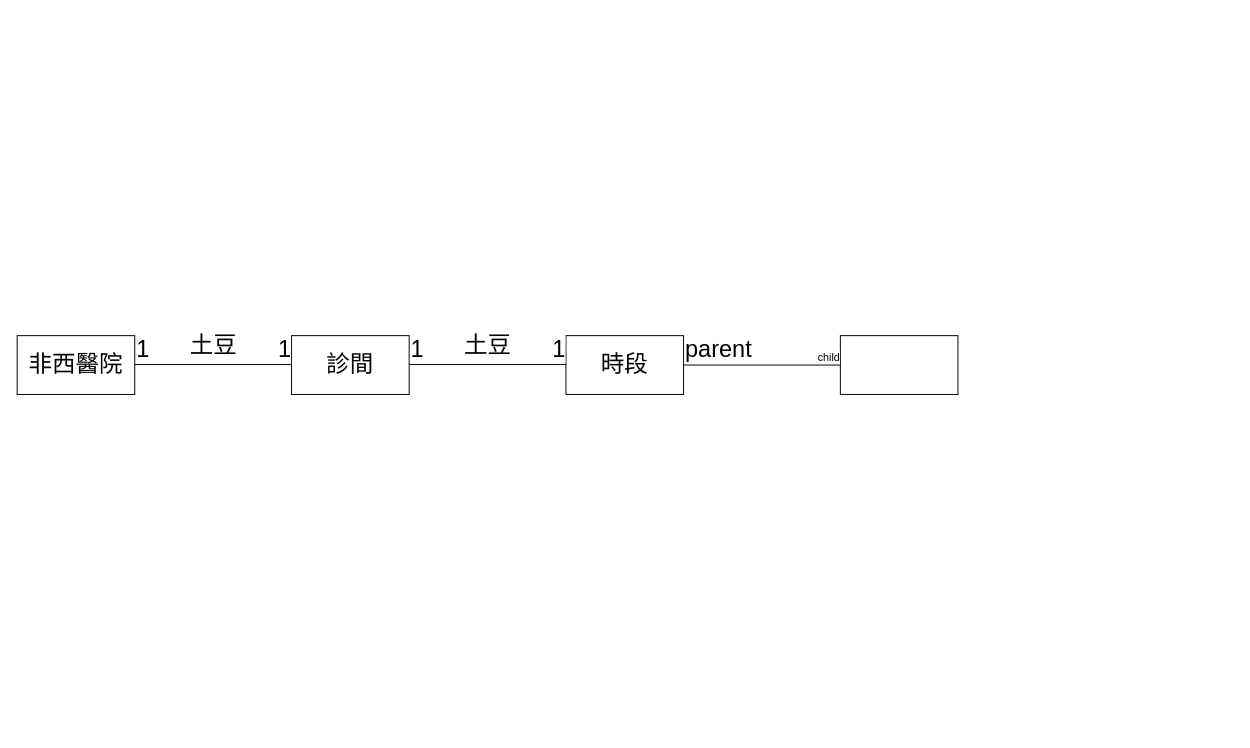
The draw.io diagram Clinic.drawio in troyandy1023/110-2HW2, before the edit. Source tidied: cells renumbered, new cells numbered last; positions are measured from the earlier drawing's top-left corner, leaving out a move shared by most shapes. Both pictures are drawn from the tidied source at 98%, with x=0, y=0 at pixel (17, 330).
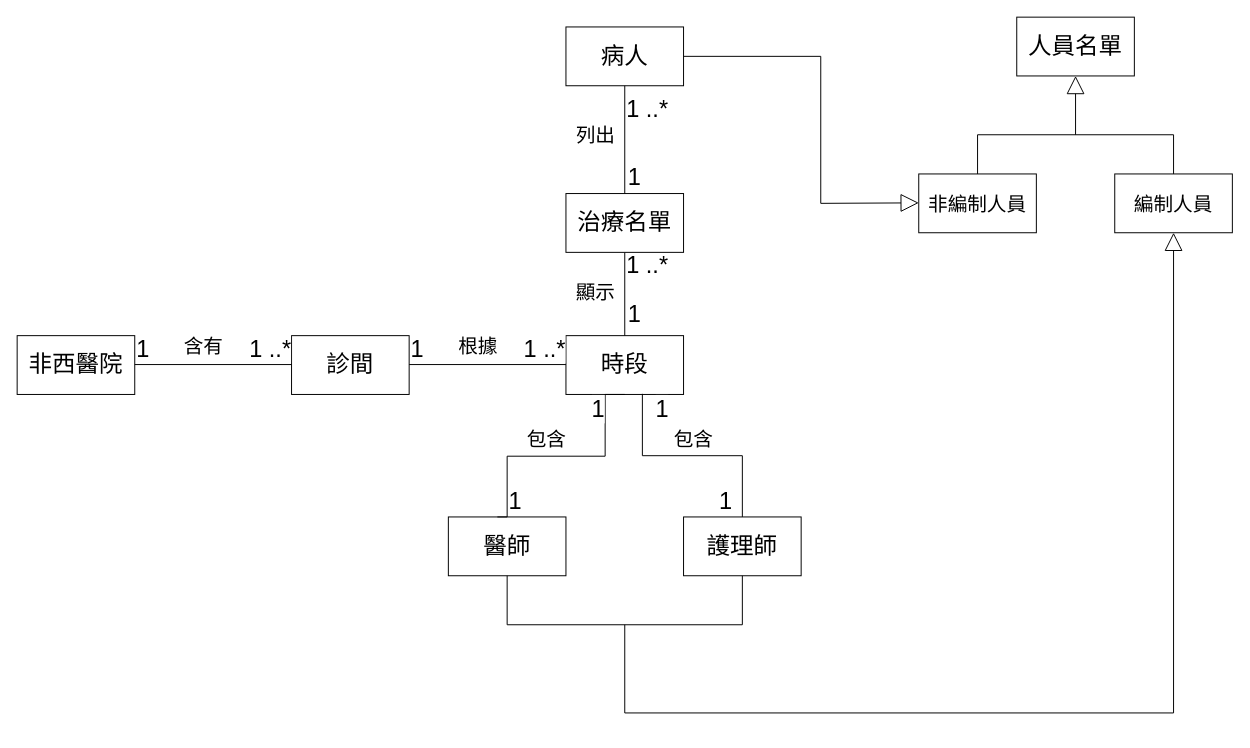
After the change.

The change refers to these unchanged cells:
```xml
<mxCell id="4" value="時段" style="rounded=0;whiteSpace=wrap;html=1;fontSize=24;" parent="1" vertex="1">
  <mxGeometry x="560" y="5" width="120" height="60" as="geometry" />
</mxCell>
<mxCell id="6" style="endArrow=none;html=1;edgeStyle=orthogonalEdgeStyle;rounded=0;fontSize=24;" parent="1" edge="1">
  <mxGeometry relative="1" as="geometry">
    <mxPoint x="120" y="34.5" as="sourcePoint" />
    <mxPoint x="280" y="34.5" as="targetPoint" />
  </mxGeometry>
</mxCell>
<mxCell id="10" style="endArrow=none;html=1;edgeStyle=orthogonalEdgeStyle;rounded=0;fontSize=24;" parent="1" edge="1">
  <mxGeometry relative="1" as="geometry">
    <mxPoint x="400" y="34.5" as="sourcePoint" />
    <mxPoint x="560" y="34.5" as="targetPoint" />
  </mxGeometry>
</mxCell>
```

Diff of the diagram source:
```diff
@@
-    <mxCell id="5" style="rounded=0;whiteSpace=wrap;html=1;fontSize=24;" parent="1" vertex="1">
-      <mxGeometry x="840" y="5" width="120" height="60" as="geometry" />
+    <mxCell id="5" value="醫師" style="rounded=0;whiteSpace=wrap;html=1;fontSize=24;" parent="1" vertex="1">
+      <mxGeometry x="440" y="190" width="120" height="60" as="geometry" />
     </mxCell>
@@
-    <mxCell id="8" value="1" style="edgeLabel;html=1;align=right;verticalAlign=bottom;fontSize=24;" parent="6" vertex="1">
+    <mxCell id="8" value="1 ..*" style="edgeLabel;html=1;align=right;verticalAlign=bottom;fontSize=24;" parent="6" vertex="1">
       <mxGeometry x="1" relative="1" as="geometry" />
     </mxCell>
-    <mxCell id="9" value="土豆" style="text;html=1;align=center;verticalAlign=middle;strokeColor=none;fillColor=none;fontSize=24;" parent="1" vertex="1">
-      <mxGeometry x="170" width="60" height="30" as="geometry" />
+    <mxCell id="9" value="&lt;font style=&quot;font-size: 20px&quot;&gt;含有&lt;/font&gt;" style="text;html=1;align=center;verticalAlign=middle;strokeColor=none;fillColor=none;fontSize=24;" parent="1" vertex="1">
+      <mxGeometry x="160" y="-5" width="60" height="40" as="geometry" />
     </mxCell>
@@
-    <mxCell id="12" value="1" style="edgeLabel;html=1;align=right;verticalAlign=bottom;fontSize=24;" parent="10" vertex="1">
+    <mxCell id="12" value="1 ..*" style="edgeLabel;html=1;align=right;verticalAlign=bottom;fontSize=24;" parent="10" vertex="1">
       <mxGeometry x="1" relative="1" as="geometry" />
     </mxCell>
-    <mxCell id="13" value="土豆" style="text;html=1;align=center;verticalAlign=middle;strokeColor=none;fillColor=none;fontSize=24;" parent="1" vertex="1">
-      <mxGeometry x="450" width="60" height="30" as="geometry" />
+    <mxCell id="13" value="&lt;font style=&quot;font-size: 20px&quot;&gt;根據&lt;/font&gt;" style="text;html=1;align=center;verticalAlign=middle;strokeColor=none;fillColor=none;fontSize=24;" parent="1" vertex="1">
+      <mxGeometry x="440" y="-5" width="60" height="40" as="geometry" />
     </mxCell>
-    <mxCell id="14" style="endArrow=none;html=1;edgeStyle=orthogonalEdgeStyle;rounded=0;" parent="1" edge="1" source="4">
-      <mxGeometry relative="1" as="geometry">
-        <mxPoint x="840" y="35" as="targetPoint" />
-      </mxGeometry>
-    </mxCell>
-    <mxCell id="15" value="&lt;font style=&quot;font-size: 24px&quot;&gt;parent&lt;/font&gt;" style="edgeLabel;html=1;align=left;verticalAlign=bottom;" parent="14" vertex="1">
-      <mxGeometry x="-1" relative="1" as="geometry" />
-    </mxCell>
-    <mxCell id="16" value="child" style="edgeLabel;html=1;align=right;verticalAlign=bottom;" parent="14" vertex="1">
-      <mxGeometry x="1" relative="1" as="geometry" />
-    </mxCell>
+    <mxCell id="17" value="護理師" style="rounded=0;whiteSpace=wrap;html=1;fontSize=24;" parent="1" vertex="1">
+      <mxGeometry x="680" y="190" width="120" height="60" as="geometry" />
+    </mxCell>
+    <mxCell id="18" style="endArrow=none;html=1;edgeStyle=orthogonalEdgeStyle;rounded=0;fontSize=24;entryX=0.5;entryY=1;entryDx=0;entryDy=0;exitX=0.417;exitY=0;exitDx=0;exitDy=0;exitPerimeter=0;" parent="1" edge="1" source="5" target="4">
+      <mxGeometry relative="1" as="geometry">
+        <Array as="points">
+          <mxPoint x="500" y="190" />
+          <mxPoint x="500" y="128" />
+          <mxPoint x="600" y="128" />
+          <mxPoint x="600" y="65" />
+        </Array>
+      </mxGeometry>
+    </mxCell>
+    <mxCell id="19" value="1" style="edgeLabel;html=1;align=left;verticalAlign=bottom;fontSize=24;" parent="18" vertex="1">
+      <mxGeometry x="-1" relative="1" as="geometry">
+        <mxPoint x="10" as="offset" />
+      </mxGeometry>
+    </mxCell>
+    <mxCell id="20" value="1" style="edgeLabel;html=1;align=right;verticalAlign=bottom;fontSize=24;" parent="18" vertex="1">
+      <mxGeometry x="1" relative="1" as="geometry">
+        <mxPoint x="-20" y="31" as="offset" />
+      </mxGeometry>
+    </mxCell>
+    <mxCell id="21" style="endArrow=none;html=1;edgeStyle=orthogonalEdgeStyle;rounded=0;fontSize=24;entryX=0.5;entryY=0;entryDx=0;entryDy=0;exitX=0.65;exitY=0.99;exitDx=0;exitDy=0;exitPerimeter=0;" parent="1" edge="1" source="4" target="17">
+      <mxGeometry relative="1" as="geometry" />
+    </mxCell>
+    <mxCell id="22" value="1" style="edgeLabel;html=1;align=left;verticalAlign=bottom;fontSize=24;" parent="21" vertex="1">
+      <mxGeometry x="-1" relative="1" as="geometry">
+        <mxPoint x="12" y="32" as="offset" />
+      </mxGeometry>
+    </mxCell>
+    <mxCell id="23" value="1" style="edgeLabel;html=1;align=right;verticalAlign=bottom;fontSize=24;" parent="21" vertex="1">
+      <mxGeometry x="1" relative="1" as="geometry">
+        <mxPoint x="-10" as="offset" />
+      </mxGeometry>
+    </mxCell>
+    <mxCell id="24" style="endArrow=none;html=1;edgeStyle=orthogonalEdgeStyle;rounded=0;fontSize=24;entryX=0.5;entryY=0;entryDx=0;entryDy=0;exitX=0.5;exitY=1;exitDx=0;exitDy=0;" parent="1" edge="1" source="27" target="4">
+      <mxGeometry relative="1" as="geometry" />
+    </mxCell>
+    <mxCell id="25" value="&lt;span style=&quot;text-align: right&quot;&gt;1 ..*&lt;/span&gt;" style="edgeLabel;html=1;align=left;verticalAlign=bottom;fontSize=24;" parent="24" vertex="1">
+      <mxGeometry x="-1" relative="1" as="geometry">
+        <mxPoint y="30" as="offset" />
+      </mxGeometry>
+    </mxCell>
+    <mxCell id="26" value="1" style="edgeLabel;html=1;align=right;verticalAlign=bottom;fontSize=24;" parent="24" vertex="1">
+      <mxGeometry x="1" relative="1" as="geometry">
+        <mxPoint x="17" y="-5" as="offset" />
+      </mxGeometry>
+    </mxCell>
+    <mxCell id="27" value="治療名單" style="rounded=0;whiteSpace=wrap;html=1;fontSize=24;" parent="1" vertex="1">
+      <mxGeometry x="560" y="-140" width="120" height="60" as="geometry" />
+    </mxCell>
+    <mxCell id="28" value="病人" style="rounded=0;whiteSpace=wrap;html=1;fontSize=24;" parent="1" vertex="1">
+      <mxGeometry x="560" y="-310" width="120" height="60" as="geometry" />
+    </mxCell>
+    <mxCell id="29" style="endArrow=none;html=1;edgeStyle=orthogonalEdgeStyle;rounded=0;fontSize=24;entryX=0.5;entryY=0;entryDx=0;entryDy=0;exitX=0.5;exitY=1;exitDx=0;exitDy=0;" parent="1" edge="1" source="28" target="27">
+      <mxGeometry relative="1" as="geometry" />
+    </mxCell>
+    <mxCell id="30" value="&lt;span style=&quot;text-align: right&quot;&gt;1 ..*&lt;/span&gt;" style="edgeLabel;html=1;align=left;verticalAlign=bottom;fontSize=24;" parent="29" vertex="1">
+      <mxGeometry x="-1" relative="1" as="geometry">
+        <mxPoint y="40" as="offset" />
+      </mxGeometry>
+    </mxCell>
+    <mxCell id="31" value="1" style="edgeLabel;html=1;align=right;verticalAlign=bottom;fontSize=24;" parent="29" vertex="1">
+      <mxGeometry x="1" relative="1" as="geometry">
+        <mxPoint x="17" as="offset" />
+      </mxGeometry>
+    </mxCell>
+    <mxCell id="32" value="人員名單" style="rounded=0;whiteSpace=wrap;html=1;fontSize=24;" parent="1" vertex="1">
+      <mxGeometry x="1020" y="-320" width="120" height="60" as="geometry" />
+    </mxCell>
+    <mxCell id="33" value="&lt;font style=&quot;font-size: 20px&quot;&gt;非編制人員&lt;/font&gt;" style="rounded=0;whiteSpace=wrap;html=1;fontSize=24;" parent="1" vertex="1">
+      <mxGeometry x="920" y="-160" width="120" height="60" as="geometry" />
+    </mxCell>
+    <mxCell id="34" value="&lt;font style=&quot;font-size: 20px&quot;&gt;編制人員&lt;/font&gt;" style="rounded=0;whiteSpace=wrap;html=1;fontSize=24;" parent="1" vertex="1">
+      <mxGeometry x="1120" y="-160" width="120" height="60" as="geometry" />
+    </mxCell>
+    <mxCell id="35" style="endArrow=block;endSize=16;endFill=0;html=1;rounded=0;fontSize=20;entryX=0.5;entryY=1;entryDx=0;entryDy=0;" parent="1" edge="1" target="32">
+      <mxGeometry relative="1" as="geometry">
+        <mxPoint x="1080" y="-200" as="sourcePoint" />
+      </mxGeometry>
+    </mxCell>
+    <mxCell id="36" style="endArrow=none;html=1;rounded=0;fontSize=20;" parent="1" edge="1">
+      <mxGeometry relative="1" as="geometry">
+        <mxPoint x="980" y="-200" as="sourcePoint" />
+        <mxPoint x="1180" y="-200" as="targetPoint" />
+      </mxGeometry>
+    </mxCell>
+    <mxCell id="37" style="endArrow=none;html=1;rounded=0;fontSize=20;exitX=0.5;exitY=0;exitDx=0;exitDy=0;" parent="1" edge="1" source="33">
+      <mxGeometry relative="1" as="geometry">
+        <mxPoint x="980" y="-200" as="targetPoint" />
+      </mxGeometry>
+    </mxCell>
+    <mxCell id="38" style="endArrow=none;html=1;rounded=0;fontSize=20;exitX=0.5;exitY=0;exitDx=0;exitDy=0;" parent="1" edge="1" source="34">
+      <mxGeometry relative="1" as="geometry">
+        <mxPoint x="1180" y="-200" as="targetPoint" />
+      </mxGeometry>
+    </mxCell>
+    <mxCell id="39" style="endArrow=none;html=1;rounded=0;fontSize=20;" parent="1" edge="1">
+      <mxGeometry relative="1" as="geometry">
+        <mxPoint x="820" y="-130" as="sourcePoint" />
+        <mxPoint x="820" y="-280" as="targetPoint" />
+      </mxGeometry>
+    </mxCell>
+    <mxCell id="40" style="endArrow=none;html=1;rounded=0;fontSize=20;" parent="1" edge="1">
+      <mxGeometry relative="1" as="geometry">
+        <mxPoint x="680" y="-280" as="sourcePoint" />
+        <mxPoint x="820" y="-280" as="targetPoint" />
+      </mxGeometry>
+    </mxCell>
+    <mxCell id="41" style="endArrow=block;endSize=16;endFill=0;html=1;rounded=0;fontSize=20;entryX=0.5;entryY=1;entryDx=0;entryDy=0;" parent="1" edge="1" target="34">
+      <mxGeometry relative="1" as="geometry">
+        <mxPoint x="1180" y="390" as="sourcePoint" />
+      </mxGeometry>
+    </mxCell>
+    <mxCell id="42" style="endArrow=block;endSize=16;endFill=0;html=1;rounded=0;fontSize=20;" parent="1" edge="1">
+      <mxGeometry relative="1" as="geometry">
+        <mxPoint x="820" y="-130" as="sourcePoint" />
+        <mxPoint x="920" y="-130.5" as="targetPoint" />
+      </mxGeometry>
+    </mxCell>
+    <mxCell id="43" style="endArrow=none;html=1;rounded=0;fontSize=20;" parent="1" edge="1">
+      <mxGeometry relative="1" as="geometry">
+        <mxPoint x="620" y="390" as="sourcePoint" />
+        <mxPoint x="1180" y="390" as="targetPoint" />
+      </mxGeometry>
+    </mxCell>
+    <mxCell id="44" style="endArrow=none;html=1;rounded=0;fontSize=20;entryX=0.5;entryY=1;entryDx=0;entryDy=0;" parent="1" edge="1" target="17">
+      <mxGeometry relative="1" as="geometry">
+        <mxPoint x="740" y="300" as="sourcePoint" />
+      </mxGeometry>
+    </mxCell>
+    <mxCell id="45" style="endArrow=none;html=1;rounded=0;fontSize=20;entryX=0.5;entryY=1;entryDx=0;entryDy=0;" parent="1" edge="1" target="5">
+      <mxGeometry relative="1" as="geometry">
+        <mxPoint x="500" y="300" as="sourcePoint" />
+      </mxGeometry>
+    </mxCell>
+    <mxCell id="46" style="endArrow=none;html=1;rounded=0;fontSize=20;" parent="1" edge="1">
+      <mxGeometry relative="1" as="geometry">
+        <mxPoint x="500" y="300" as="sourcePoint" />
+        <mxPoint x="740" y="300" as="targetPoint" />
+      </mxGeometry>
+    </mxCell>
+    <mxCell id="47" style="endArrow=none;html=1;rounded=0;fontSize=20;" parent="1" edge="1">
+      <mxGeometry relative="1" as="geometry">
+        <mxPoint x="620" y="390" as="sourcePoint" />
+        <mxPoint x="620" y="300" as="targetPoint" />
+      </mxGeometry>
+    </mxCell>
+    <mxCell id="48" value="包含" style="text;html=1;align=center;verticalAlign=middle;strokeColor=none;fillColor=none;fontSize=20;" parent="1" vertex="1">
+      <mxGeometry x="510" y="95" width="60" height="30" as="geometry" />
+    </mxCell>
+    <mxCell id="49" value="包含" style="text;html=1;align=center;verticalAlign=middle;strokeColor=none;fillColor=none;fontSize=20;" parent="1" vertex="1">
+      <mxGeometry x="660" y="95" width="60" height="30" as="geometry" />
+    </mxCell>
+    <mxCell id="50" value="顯示" style="text;html=1;align=center;verticalAlign=middle;strokeColor=none;fillColor=none;fontSize=20;" parent="1" vertex="1">
+      <mxGeometry x="560" y="-55" width="60" height="30" as="geometry" />
+    </mxCell>
+    <mxCell id="51" value="列出" style="text;html=1;align=center;verticalAlign=middle;strokeColor=none;fillColor=none;fontSize=20;" parent="1" vertex="1">
+      <mxGeometry x="560" y="-215" width="60" height="30" as="geometry" />
+    </mxCell>
```
